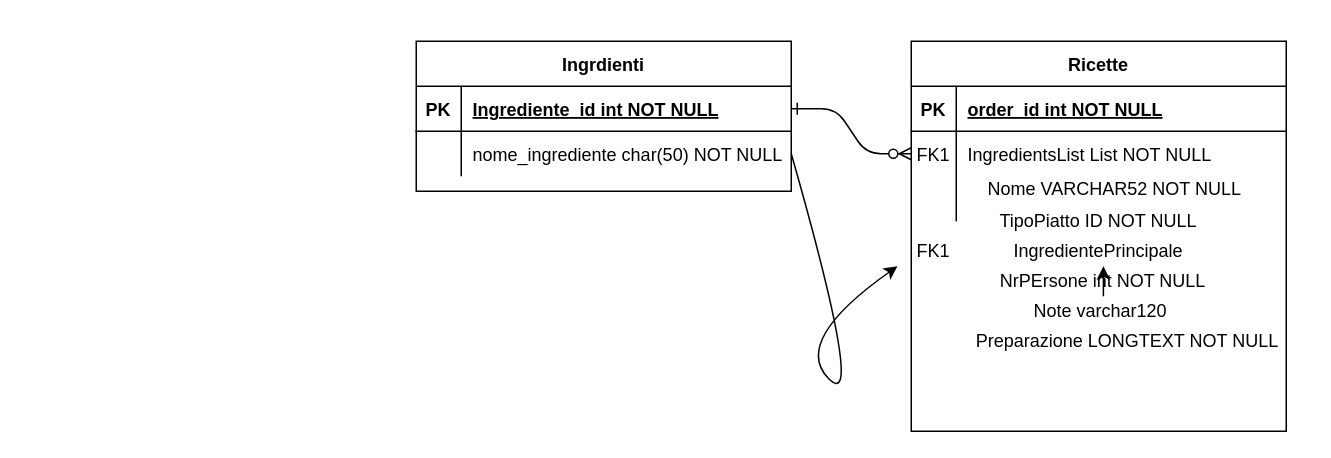
denkiwi777/DunnoWhatToEat keeps this draw.io diagram as Untitled Diagram.drawio. Above is the earlier version. Source tidied: cells renumbered, new cells numbered last; positions are measured from the earlier drawing's top-left corner, leaving out a move shared by most shapes. Both pictures are drawn from the tidied source at 150%, with x=0, y=0 at pixel (416, 40).
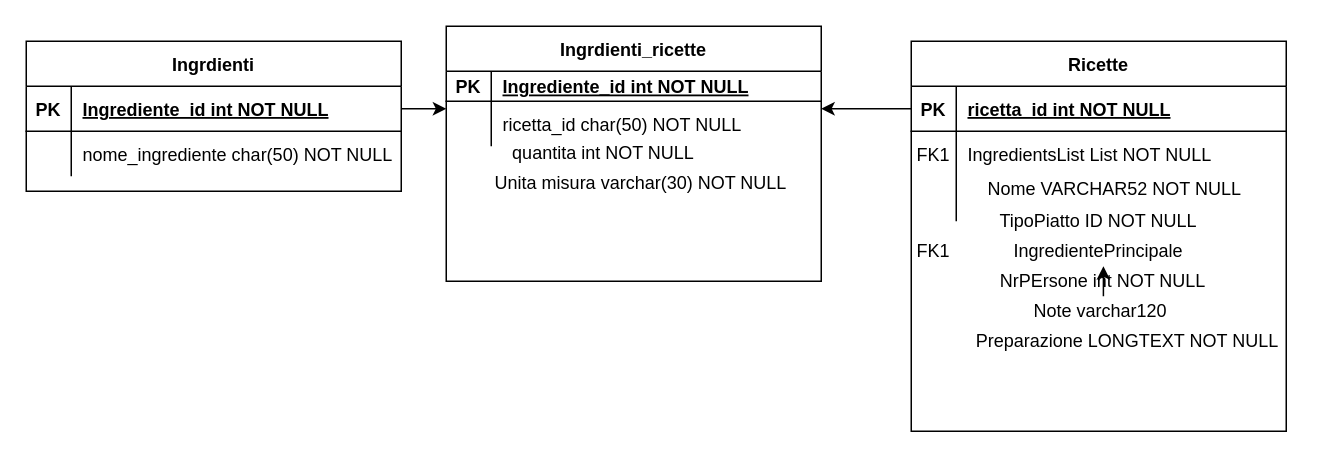
After the change.

The change refers to these unchanged cells:
```xml
<mxCell id="4" style="shape=partialRectangle;fillColor=none;points=[[0,0.5],[1,0.5]];portConstraint=eastwest;top=0;left=0;right=0;bottom=1;" parent="3" vertex="1">
  <mxGeometry y="30" width="250" height="30" as="geometry" />
</mxCell>
<mxCell id="7" style="shape=partialRectangle;fillColor=none;points=[[0,0.5],[1,0.5]];portConstraint=eastwest;top=0;left=0;right=0;bottom=0;" parent="3" vertex="1">
  <mxGeometry y="60" width="250" height="30" as="geometry" />
</mxCell>
<mxCell id="14" style="shape=partialRectangle;fillColor=none;points=[[0,0.5],[1,0.5]];portConstraint=eastwest;top=0;left=0;right=0;bottom=1;" parent="13" vertex="1">
  <mxGeometry y="30" width="250" height="30" as="geometry" />
</mxCell>
<mxCell id="17" style="shape=partialRectangle;fillColor=none;points=[[0,0.5],[1,0.5]];portConstraint=eastwest;top=0;left=0;right=0;bottom=0;" parent="13" vertex="1">
  <mxGeometry y="60" width="250" height="30" as="geometry" />
</mxCell>
<mxCell id="24" value="&amp;nbsp; &amp;nbsp; &amp;nbsp; FK1" style="text;html=1;strokeColor=none;fillColor=none;align=center;verticalAlign=middle;whiteSpace=wrap;rounded=0;" parent="1" vertex="1">
  <mxGeometry x="310" y="130" width="50" height="20" as="geometry" />
</mxCell>
```

The edit, as a diff of the source:
```diff
@@
-    <mxCell id="2" style="edgeStyle=entityRelationEdgeStyle;endArrow=ERzeroToMany;startArrow=ERone;endFill=1;startFill=0;" parent="1" edge="1" source="14" target="7">
-      <mxGeometry relative="1" as="geometry" />
-    </mxCell>
@@
-    <mxCell id="6" value="order_id int NOT NULL " style="shape=partialRectangle;overflow=hidden;fillColor=none;top=0;left=0;bottom=0;right=0;align=left;spacingLeft=6;fontStyle=5;" parent="4" vertex="1">
+    <mxCell id="6" value="ricetta_id int NOT NULL " style="shape=partialRectangle;overflow=hidden;fillColor=none;top=0;left=0;bottom=0;right=0;align=left;spacingLeft=6;fontStyle=5;" parent="4" vertex="1">
       <mxGeometry x="30" width="220" height="30" as="geometry" />
     </mxCell>
@@
     <mxCell id="13" value="Ingrdienti" style="shape=table;startSize=30;childLayout=tableLayout;rowLines=0;fontStyle=1;align=center;" parent="1" vertex="1">
-      <mxGeometry width="250" height="100" as="geometry" />
+      <mxGeometry x="-260" width="250" height="100" as="geometry" />
     </mxCell>
@@
-    <mxCell id="23" style="curved=1;endArrow=classic;html=1;exitX=1;exitY=0.5;exitDx=0;exitDy=0;" parent="1" edge="1" source="17" target="24">
-      <mxGeometry relative="1" as="geometry">
-        <Array as="points">
-          <mxPoint x="300" y="250" />
-          <mxPoint x="250" y="200" />
-        </Array>
-      </mxGeometry>
-    </mxCell>
@@
+    <mxCell id="28" value="Ingrdienti_ricette" style="shape=table;startSize=30;childLayout=tableLayout;rowLines=0;fontStyle=1;align=center;" parent="1" vertex="1">
+      <mxGeometry x="20" y="-10" width="250" height="170" as="geometry" />
+    </mxCell>
+    <mxCell id="29" style="shape=partialRectangle;fillColor=none;top=0;left=0;right=0;bottom=1;" parent="28" vertex="1">
+      <mxGeometry y="30" width="250" height="20" as="geometry" />
+    </mxCell>
+    <mxCell id="30" value="PK" style="shape=partialRectangle;overflow=hidden;fillColor=none;top=0;left=0;bottom=0;right=0;fontStyle=1;" parent="29" vertex="1">
+      <mxGeometry width="30" height="20" as="geometry" />
+    </mxCell>
+    <mxCell id="31" value="Ingrediente_id int NOT NULL " style="shape=partialRectangle;overflow=hidden;fillColor=none;top=0;left=0;bottom=0;right=0;align=left;spacingLeft=6;fontStyle=5;" parent="29" vertex="1">
+      <mxGeometry x="30" width="220" height="20" as="geometry" />
+    </mxCell>
+    <mxCell id="32" style="shape=partialRectangle;fillColor=none;points=[[0,0.5],[1,0.5]];portConstraint=eastwest;top=0;left=0;right=0;bottom=0;" parent="28" vertex="1">
+      <mxGeometry y="50" width="250" height="30" as="geometry" />
+    </mxCell>
+    <mxCell id="33" style="shape=partialRectangle;overflow=hidden;fillColor=none;top=0;left=0;bottom=0;right=0;" parent="32" vertex="1">
+      <mxGeometry width="30" height="30" as="geometry" />
+    </mxCell>
+    <mxCell id="34" value="ricetta_id char(50) NOT NULL" style="shape=partialRectangle;overflow=hidden;fillColor=none;top=0;left=0;bottom=0;right=0;align=left;spacingLeft=6;" parent="32" vertex="1">
+      <mxGeometry x="30" width="220" height="30" as="geometry" />
+    </mxCell>
+    <mxCell id="35" value="quantita int NOT NULL" style="text;html=1;strokeColor=none;fillColor=none;align=center;verticalAlign=middle;whiteSpace=wrap;rounded=0;" parent="1" vertex="1">
+      <mxGeometry x="30" y="65" width="190" height="20" as="geometry" />
+    </mxCell>
+    <mxCell id="36" value="Unita misura varchar(30) NOT NULL" style="text;html=1;strokeColor=none;fillColor=none;align=center;verticalAlign=middle;whiteSpace=wrap;rounded=0;" parent="1" vertex="1">
+      <mxGeometry x="20" y="85" width="260" height="20" as="geometry" />
+    </mxCell>
+    <mxCell id="37" style="edgeStyle=orthogonalEdgeStyle;rounded=0;jettySize=auto;html=1;exitX=1;exitY=0.5;exitDx=0;exitDy=0;entryX=0;entryY=0.167;entryDx=0;entryDy=0;entryPerimeter=0;" parent="1" edge="1" source="14" target="32">
+      <mxGeometry relative="1" as="geometry" />
+    </mxCell>
+    <mxCell id="38" style="edgeStyle=orthogonalEdgeStyle;rounded=0;jettySize=auto;html=1;entryX=1;entryY=0.167;entryDx=0;entryDy=0;entryPerimeter=0;" parent="1" edge="1" source="4" target="32">
+      <mxGeometry relative="1" as="geometry" />
+    </mxCell>
```
